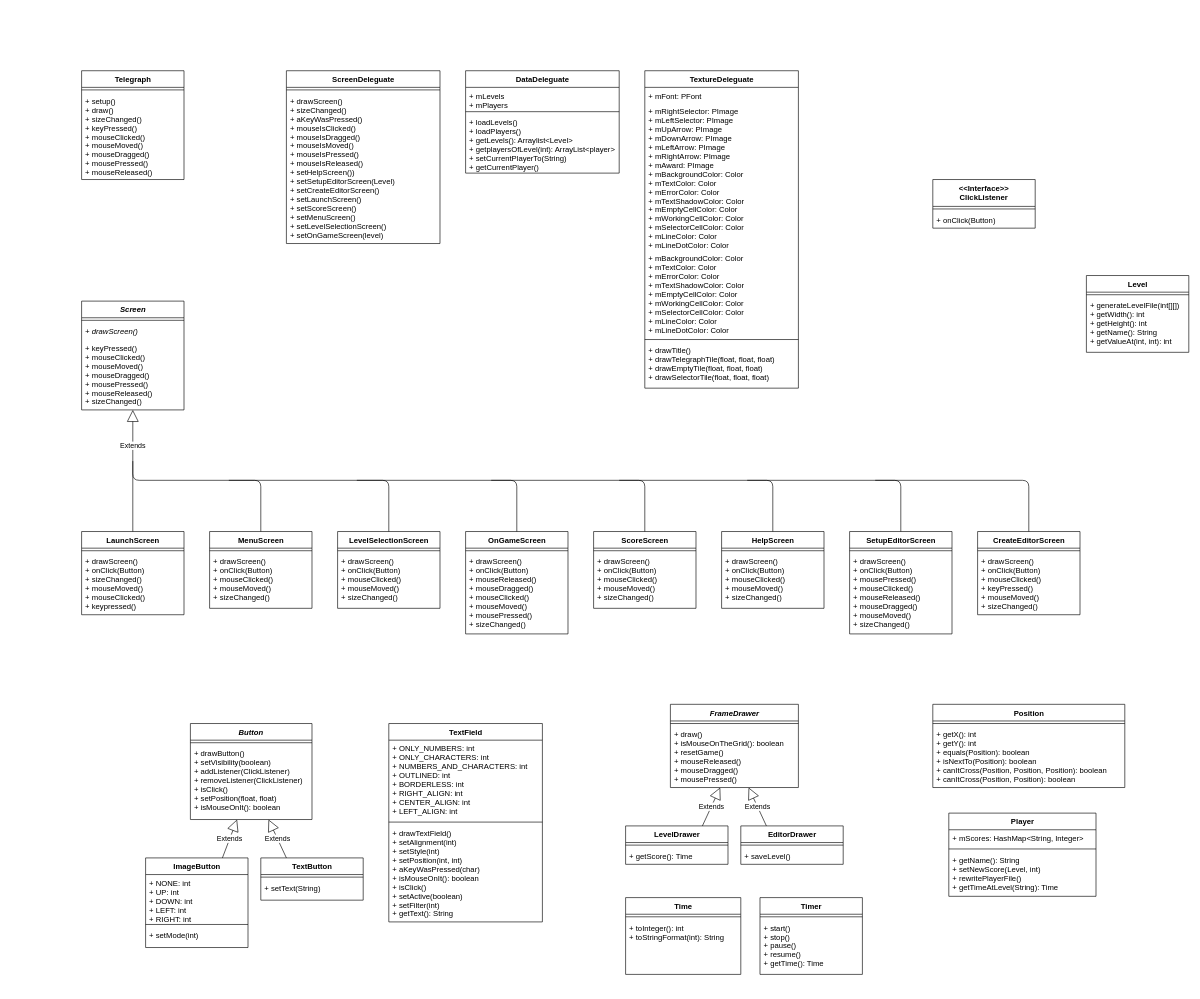
Above: TelegraphClassDiagram.drawio in pastekaztekastor/Telegraph (draw.io), before the change. Source tidied: cells renumbered, new cells numbered last; positions are measured from the earlier drawing's top-left corner, leaving out a move shared by most shapes. Both pictures are drawn from the tidied source at 64%, with x=0, y=0 at pixel (81, 70).
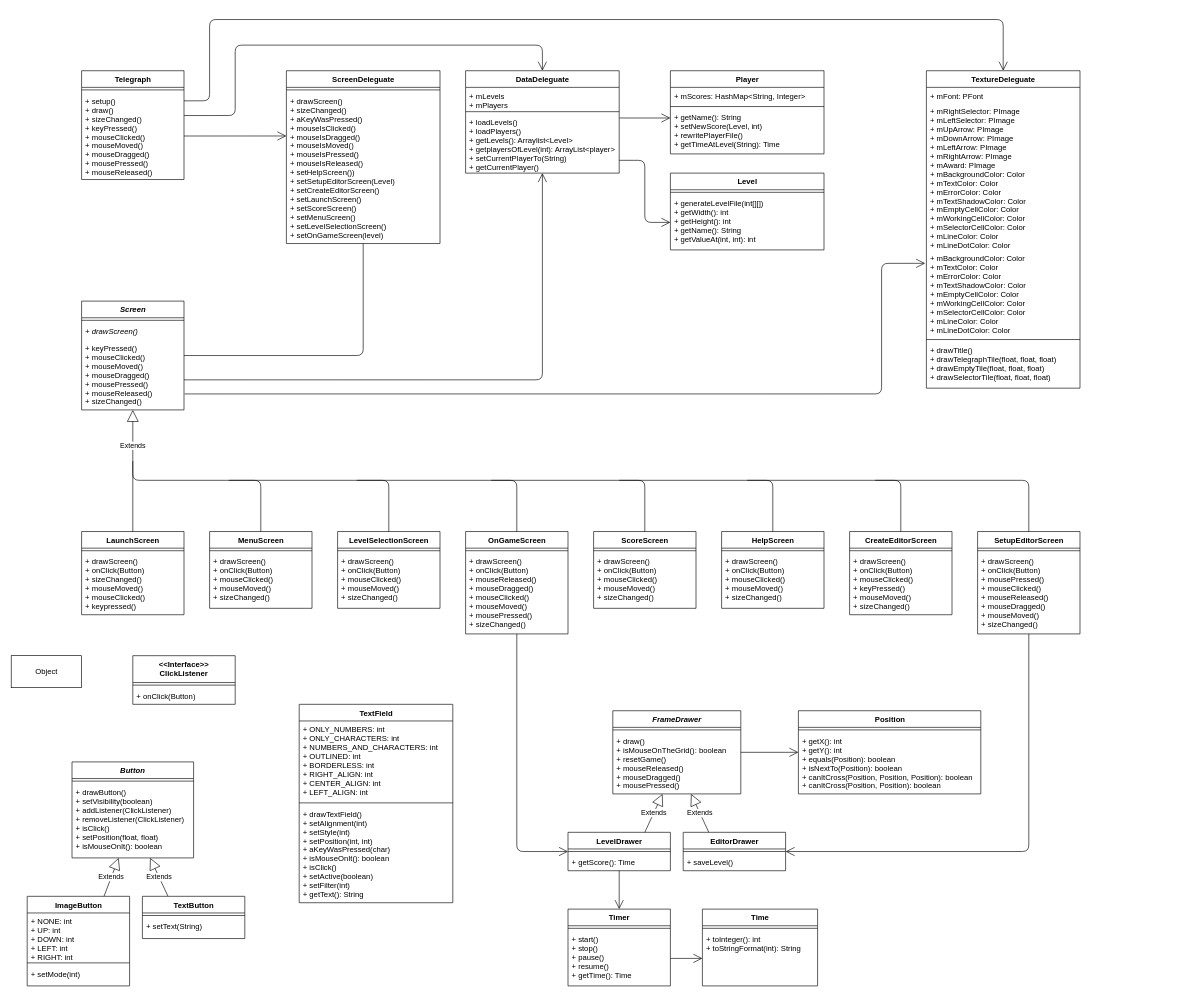
Above is the later version.

The change refers to these unchanged cells:
```xml
<mxCell id="8" value="DataDeleguate" style="swimlane;fontStyle=1;align=center;verticalAlign=top;horizontal=1;startSize=26;shadow=0;gradientColor=none;html=1;" parent="1" vertex="1">
  <mxGeometry x="600" width="240" height="160" as="geometry" />
</mxCell>
<mxCell id="11" value="+ loadLevels()&#10;+ loadPlayers()&#10;+ getLevels(): Arraylist&lt;Level&gt;&#10;+ getplayersOfLevel(int): ArrayList&lt;player&gt;&#10;+ setCurrentPlayerTo(String)&#10;+ getCurrentPlayer()&#10;" style="text;strokeColor=none;fillColor=none;align=left;verticalAlign=top;spacingLeft=4;spacingRight=4;overflow=hidden;points=[[0,0.5],[1,0.5]];portConstraint=eastwest;" parent="8" vertex="1">
  <mxGeometry y="68" width="240" height="92" as="geometry" />
</mxCell>
<mxCell id="27" value="OnGameScreen" style="swimlane;fontStyle=1;align=center;verticalAlign=top;horizontal=1;startSize=26;shadow=0;gradientColor=none;html=1;" parent="1" vertex="1">
  <mxGeometry x="600" y="720" width="160" height="160" as="geometry" />
</mxCell>
<mxCell id="40" value="&lt;i&gt;Screen&lt;/i&gt;" style="swimlane;fontStyle=1;align=center;verticalAlign=top;horizontal=1;startSize=26;shadow=0;gradientColor=none;html=1;" parent="1" vertex="1">
  <mxGeometry y="360" width="160" height="170" as="geometry" />
</mxCell>
<mxCell id="43" value="+ keyPressed()&#10;+ mouseClicked()&#10;+ mouseMoved()&#10;+ mouseDragged()&#10;+ mousePressed()&#10;+ mouseReleased()&#10;+ sizeChanged()" style="text;strokeColor=none;fillColor=none;align=left;verticalAlign=top;spacingLeft=4;spacingRight=4;overflow=hidden;points=[[0,0.5],[1,0.5]];portConstraint=eastwest;" parent="40" vertex="1">
  <mxGeometry y="60" width="160" height="110" as="geometry" />
</mxCell>
<mxCell id="44" value="ScreenDeleguate" style="swimlane;fontStyle=1;align=center;verticalAlign=top;horizontal=1;startSize=26;shadow=0;gradientColor=none;html=1;" parent="1" vertex="1">
  <mxGeometry x="320" width="240" height="270" as="geometry" />
</mxCell>
<mxCell id="46" value="+ drawScreen()&#10;+ sizeChanged()&#10;+ aKeyWasPressed()&#10;+ mouseIsClicked()&#10;+ mouseIsDragged()&#10;+ mouseIsMoved()&#10;+ mouseIsPressed()&#10;+ mouseIsReleased()&#10;+ setHelpScreen())&#10;+ setSetupEditorScreen(Level)&#10;+ setCreateEditorScreen()&#10;+ setLaunchScreen()&#10;+ setScoreScreen()&#10;+ setMenuScreen()&#10;+ setLevelSelectionScreen()&#10;+ setOnGameScreen(level)&#10;" style="text;strokeColor=none;fillColor=none;align=left;verticalAlign=top;spacingLeft=4;spacingRight=4;overflow=hidden;points=[[0,0.5],[1,0.5]];portConstraint=eastwest;" parent="44" vertex="1">
  <mxGeometry y="34" width="240" height="236" as="geometry" />
</mxCell>
<mxCell id="52" value="+ setup()&#10;+ draw()&#10;+ sizeChanged()&#10;+ keyPressed()&#10;+ mouseClicked()&#10;+ mouseMoved()&#10;+ mouseDragged()&#10;+ mousePressed()&#10;+ mouseReleased()" style="text;strokeColor=none;fillColor=none;align=left;verticalAlign=top;spacingLeft=4;spacingRight=4;overflow=hidden;points=[[0,0.5],[1,0.5]];portConstraint=eastwest;" parent="50" vertex="1">
  <mxGeometry y="34" width="160" height="136" as="geometry" />
</mxCell>
<mxCell id="60" value="+ mBackgroundColor: Color&#10;+ mTextColor: Color&#10;+ mErrorColor: Color&#10;+ mTextShadowColor: Color&#10;+ mEmptyCellColor: Color&#10;+ mWorkingCellColor: Color&#10;+ mSelectorCellColor: Color&#10;+ mLineColor: Color&#10;+ mLineDotColor: Color" style="text;strokeColor=none;fillColor=none;align=left;verticalAlign=top;spacingLeft=4;spacingRight=4;overflow=hidden;points=[[0,0.5],[1,0.5]];portConstraint=eastwest;" parent="57" vertex="1">
  <mxGeometry y="280" width="240" height="136" as="geometry" />
</mxCell>
<mxCell id="90" value="LevelDrawer" style="swimlane;fontStyle=1;align=center;verticalAlign=top;horizontal=1;startSize=26;shadow=0;gradientColor=none;html=1;" parent="89" vertex="1">
  <mxGeometry y="190" width="160" height="60" as="geometry" />
</mxCell>
<mxCell id="93" value="EditorDrawer" style="swimlane;fontStyle=1;align=center;verticalAlign=top;horizontal=1;startSize=26;shadow=0;gradientColor=none;html=1;" parent="89" vertex="1">
  <mxGeometry x="180" y="190" width="160" height="60" as="geometry" />
</mxCell>
<mxCell id="96" value="&lt;i&gt;FrameDrawer&lt;/i&gt;" style="swimlane;fontStyle=1;align=center;verticalAlign=top;horizontal=1;startSize=26;shadow=0;gradientColor=none;html=1;" parent="89" vertex="1">
  <mxGeometry x="70" width="200" height="130" as="geometry" />
</mxCell>
```

The edit, as a diff of the source:
```diff
@@
     <mxCell id="2" value="&lt;&lt;Interface&gt;&gt;&#10;ClickListener" style="swimlane;fontStyle=1;align=center;verticalAlign=top;horizontal=1;startSize=42;shadow=0;gradientColor=none;" parent="1" vertex="1">
-      <mxGeometry x="1330" y="170" width="160" height="76" as="geometry" />
+      <mxGeometry x="80" y="914" width="160" height="76" as="geometry" />
     </mxCell>
@@
     <mxCell id="5" value="CreateEditorScreen" style="swimlane;fontStyle=1;align=center;verticalAlign=top;horizontal=1;startSize=26;shadow=0;gradientColor=none;html=1;" parent="1" vertex="1">
-      <mxGeometry x="1400" y="720" width="160" height="130" as="geometry" />
+      <mxGeometry x="1200" y="720" width="160" height="130" as="geometry" />
     </mxCell>
@@
     <mxCell id="18" value="Level" style="swimlane;fontStyle=1;align=center;verticalAlign=top;horizontal=1;startSize=26;shadow=0;gradientColor=none;html=1;" parent="1" vertex="1">
-      <mxGeometry x="1570" y="320" width="160" height="120" as="geometry" />
+      <mxGeometry x="920" y="160" width="240" height="120" as="geometry" />
     </mxCell>
     <mxCell id="19" style="line;strokeWidth=1;fillColor=none;align=left;verticalAlign=middle;spacingTop=-1;spacingLeft=3;spacingRight=3;labelPosition=right;" parent="18" vertex="1">
-      <mxGeometry y="26" width="160" height="8" as="geometry" />
+      <mxGeometry y="26" width="240" height="8" as="geometry" />
     </mxCell>
     <mxCell id="20" value="+ generateLevelFile(int[][])&#10;+ getWidth(): int&#10;+ getHeight(): int&#10;+ getName(): String&#10;+ getValueAt(int, int): int&#10;" style="text;strokeColor=none;fillColor=none;align=left;verticalAlign=top;spacingLeft=4;spacingRight=4;overflow=hidden;points=[[0,0.5],[1,0.5]];portConstraint=eastwest;" parent="18" vertex="1">
-      <mxGeometry y="34" width="160" height="86" as="geometry" />
+      <mxGeometry y="34" width="240" height="86" as="geometry" />
     </mxCell>
@@
     <mxCell id="30" value="Player" style="swimlane;fontStyle=1;align=center;verticalAlign=top;horizontal=1;startSize=26;shadow=0;gradientColor=none;html=1;" parent="1" vertex="1">
-      <mxGeometry x="1355" y="1160" width="230" height="130" as="geometry" />
+      <mxGeometry x="920" width="240" height="130" as="geometry" />
     </mxCell>
     <mxCell id="31" value="+ mScores: HashMap&lt;String, Integer&gt;" style="text;strokeColor=none;fillColor=none;align=left;verticalAlign=top;spacingLeft=4;spacingRight=4;overflow=hidden;" parent="30" vertex="1">
-      <mxGeometry y="26" width="230" height="26" as="geometry" />
+      <mxGeometry y="26" width="240" height="26" as="geometry" />
     </mxCell>
     <mxCell id="32" style="line;strokeWidth=1;fillColor=none;align=left;verticalAlign=middle;spacingTop=-1;spacingLeft=3;spacingRight=3;labelPosition=right;" parent="30" vertex="1">
-      <mxGeometry y="52" width="230" height="8" as="geometry" />
+      <mxGeometry y="52" width="240" height="8" as="geometry" />
     </mxCell>
     <mxCell id="33" value="+ getName(): String&#10;+ setNewScore(Level, int)&#10;+ rewritePlayerFile()&#10;+ getTimeAtLevel(String): Time" style="text;strokeColor=none;fillColor=none;align=left;verticalAlign=top;spacingLeft=4;spacingRight=4;overflow=hidden;points=[[0,0.5],[1,0.5]];portConstraint=eastwest;" parent="30" vertex="1">
-      <mxGeometry y="60" width="230" height="70" as="geometry" />
+      <mxGeometry y="60" width="240" height="70" as="geometry" />
     </mxCell>
     <mxCell id="34" value="Position" style="swimlane;fontStyle=1;align=center;verticalAlign=top;horizontal=1;startSize=26;shadow=0;gradientColor=none;html=1;" parent="1" vertex="1">
-      <mxGeometry x="1330" y="990" width="300" height="130" as="geometry" />
+      <mxGeometry x="1120" y="1000" width="285" height="130" as="geometry" />
     </mxCell>
     <mxCell id="35" style="line;strokeWidth=1;fillColor=none;align=left;verticalAlign=middle;spacingTop=-1;spacingLeft=3;spacingRight=3;labelPosition=right;" parent="34" vertex="1">
-      <mxGeometry y="26" width="300" height="8" as="geometry" />
+      <mxGeometry y="26" width="285" height="8" as="geometry" />
     </mxCell>
     <mxCell id="36" value="+ getX(): int&#10;+ getY(): int&#10;+ equals(Position): boolean&#10;+ isNextTo(Position): boolean&#10;+ canItCross(Position, Position, Position): boolean&#10;+ canItCross(Position, Position): boolean&#10;" style="text;strokeColor=none;fillColor=none;align=left;verticalAlign=top;spacingLeft=4;spacingRight=4;overflow=hidden;" parent="34" vertex="1">
-      <mxGeometry y="34" width="300" height="96" as="geometry" />
+      <mxGeometry y="34" width="285" height="96" as="geometry" />
     </mxCell>
@@
     <mxCell id="47" value="SetupEditorScreen" style="swimlane;fontStyle=1;align=center;verticalAlign=top;horizontal=1;startSize=26;shadow=0;gradientColor=none;html=1;" parent="1" vertex="1">
-      <mxGeometry x="1200" y="720" width="160" height="160" as="geometry" />
+      <mxGeometry x="1400" y="720" width="160" height="160" as="geometry" />
     </mxCell>
@@
     <mxCell id="53" value="TextField" style="swimlane;fontStyle=1;align=center;verticalAlign=top;horizontal=1;startSize=26;shadow=0;gradientColor=none;html=1;" parent="1" vertex="1">
-      <mxGeometry x="480" y="1020" width="240" height="310" as="geometry" />
+      <mxGeometry x="340" y="990" width="240" height="310" as="geometry" />
     </mxCell>
@@
     <mxCell id="57" value="TextureDeleguate" style="swimlane;fontStyle=1;align=center;verticalAlign=top;horizontal=1;startSize=26;shadow=0;gradientColor=none;html=1;" parent="1" vertex="1">
-      <mxGeometry x="880" width="240" height="496" as="geometry" />
+      <mxGeometry x="1320" width="240" height="496" as="geometry" />
     </mxCell>
@@
-    <mxCell id="63" value="Timer" style="swimlane;fontStyle=1;align=center;verticalAlign=top;horizontal=1;startSize=26;shadow=0;gradientColor=none;html=1;" parent="1" vertex="1">
-      <mxGeometry x="1060" y="1292" width="160" height="120" as="geometry" />
-    </mxCell>
-    <mxCell id="64" style="line;strokeWidth=1;fillColor=none;align=left;verticalAlign=middle;spacingTop=-1;spacingLeft=3;spacingRight=3;labelPosition=right;" parent="63" vertex="1">
-      <mxGeometry y="26" width="160" height="8" as="geometry" />
-    </mxCell>
-    <mxCell id="65" value="+ start()&#10;+ stop()&#10;+ pause()&#10;+ resume()&#10;+ getTime(): Time&#10;" style="text;strokeColor=none;fillColor=none;align=left;verticalAlign=top;spacingLeft=4;spacingRight=4;overflow=hidden;points=[[0,0.5],[1,0.5]];portConstraint=eastwest;" parent="63" vertex="1">
-      <mxGeometry y="34" width="160" height="86" as="geometry" />
-    </mxCell>
-    <mxCell id="66" value="Time" style="swimlane;fontStyle=1;align=center;verticalAlign=top;horizontal=1;startSize=26;shadow=0;gradientColor=none;html=1;" parent="1" vertex="1">
-      <mxGeometry x="850" y="1292" width="180" height="120" as="geometry" />
-    </mxCell>
-    <mxCell id="67" style="line;strokeWidth=1;fillColor=none;align=left;verticalAlign=middle;spacingTop=-1;spacingLeft=3;spacingRight=3;labelPosition=right;" parent="66" vertex="1">
-      <mxGeometry y="26" width="180" height="8" as="geometry" />
-    </mxCell>
-    <mxCell id="68" value="+ toInteger(): int&#10;+ toStringFormat(int): String" style="text;strokeColor=none;fillColor=none;align=left;verticalAlign=top;spacingLeft=4;spacingRight=4;overflow=hidden;points=[[0,0.5],[1,0.5]];portConstraint=eastwest;" parent="66" vertex="1">
-      <mxGeometry y="34" width="180" height="86" as="geometry" />
-    </mxCell>
@@
     <mxCell id="77" value="Button" style="swimlane;fontStyle=3;align=center;verticalAlign=top;horizontal=1;startSize=26;" parent="1" vertex="1">
-      <mxGeometry x="170" y="1020" width="190" height="150" as="geometry" />
+      <mxGeometry x="-15" y="1080" width="190" height="150" as="geometry" />
     </mxCell>
@@
     <mxCell id="80" value="ImageButton" style="swimlane;fontStyle=1;align=center;verticalAlign=top;horizontal=1;startSize=26;shadow=0;gradientColor=none;html=1;" parent="1" vertex="1">
-      <mxGeometry x="100" y="1230" width="160" height="140" as="geometry" />
+      <mxGeometry x="-85" y="1290" width="160" height="140" as="geometry" />
     </mxCell>
@@
     <mxCell id="84" value="TextButton" style="swimlane;fontStyle=1;align=center;verticalAlign=top;horizontal=1;startSize=26;shadow=0;gradientColor=none;html=1;" parent="1" vertex="1">
-      <mxGeometry x="280" y="1230" width="160" height="66" as="geometry" />
+      <mxGeometry x="95" y="1290" width="160" height="66" as="geometry" />
     </mxCell>
@@
+    <mxCell id="101" style="endArrow=none;html=1;" parent="1" edge="1">
+      <mxGeometry relative="1" as="geometry">
+        <mxPoint x="80" y="720" as="sourcePoint" />
+        <mxPoint x="80" y="610" as="targetPoint" />
+      </mxGeometry>
+    </mxCell>
+    <mxCell id="102" style="endArrow=open;endFill=1;endSize=12;html=1;exitX=1;exitY=0.5;exitDx=0;exitDy=0;entryX=0;entryY=0.288;entryDx=0;entryDy=0;entryPerimeter=0;" parent="1" edge="1" source="52" target="46">
+      <mxGeometry relative="1" as="geometry" />
+    </mxCell>
+    <mxCell id="103" style="endArrow=none;html=1;exitX=1;exitY=0.5;exitDx=0;exitDy=0;entryX=0.5;entryY=1;entryDx=0;entryDy=0;" parent="1" edge="1" source="40" target="44">
+      <mxGeometry relative="1" as="geometry">
+        <Array as="points">
+          <mxPoint x="440" y="445" />
+        </Array>
+      </mxGeometry>
+    </mxCell>
+    <mxCell id="104" style="endArrow=open;endFill=1;endSize=12;html=1;exitX=1.001;exitY=0.265;exitDx=0;exitDy=0;exitPerimeter=0;entryX=0.5;entryY=0;entryDx=0;entryDy=0;" parent="1" edge="1" source="52" target="8">
+      <mxGeometry relative="1" as="geometry">
+        <Array as="points">
+          <mxPoint x="240" y="70" />
+          <mxPoint x="240" y="-40" />
+          <mxPoint x="720" y="-40" />
+        </Array>
+      </mxGeometry>
+    </mxCell>
+    <mxCell id="105" style="endArrow=open;endFill=1;endSize=12;html=1;exitX=1;exitY=0.096;exitDx=0;exitDy=0;exitPerimeter=0;entryX=0.5;entryY=0;entryDx=0;entryDy=0;" parent="1" edge="1" source="52" target="57">
+      <mxGeometry relative="1" as="geometry">
+        <Array as="points">
+          <mxPoint x="200" y="47" />
+          <mxPoint x="200" y="-80" />
+          <mxPoint x="1440" y="-80" />
+        </Array>
+      </mxGeometry>
+    </mxCell>
+    <mxCell id="106" style="endArrow=open;endFill=1;endSize=12;html=1;exitX=1;exitY=0.573;exitDx=0;exitDy=0;exitPerimeter=0;entryX=0.5;entryY=1;entryDx=0;entryDy=0;" parent="1" edge="1" source="43" target="8">
+      <mxGeometry relative="1" as="geometry">
+        <Array as="points">
+          <mxPoint x="720" y="483" />
+        </Array>
+      </mxGeometry>
+    </mxCell>
+    <mxCell id="107" style="endArrow=open;endFill=1;endSize=12;html=1;exitX=1.006;exitY=0.773;exitDx=0;exitDy=0;exitPerimeter=0;entryX=-0.008;entryY=0.154;entryDx=0;entryDy=0;entryPerimeter=0;" parent="1" edge="1" source="43" target="60">
+      <mxGeometry relative="1" as="geometry">
+        <Array as="points">
+          <mxPoint x="1250" y="505" />
+          <mxPoint x="1250" y="301" />
+        </Array>
+      </mxGeometry>
+    </mxCell>
+    <mxCell id="108" style="group;" parent="1" vertex="1">
+      <mxGeometry x="760" y="1000" width="360" height="430" as="geometry" />
+    </mxCell>
+    <mxCell id="63" value="Timer" style="swimlane;fontStyle=1;align=center;verticalAlign=top;horizontal=1;startSize=26;shadow=0;gradientColor=none;html=1;" parent="108" vertex="1">
+      <mxGeometry y="310" width="160" height="120" as="geometry" />
+    </mxCell>
+    <mxCell id="64" style="line;strokeWidth=1;fillColor=none;align=left;verticalAlign=middle;spacingTop=-1;spacingLeft=3;spacingRight=3;labelPosition=right;" parent="63" vertex="1">
+      <mxGeometry y="26" width="160" height="8" as="geometry" />
+    </mxCell>
+    <mxCell id="65" value="+ start()&#10;+ stop()&#10;+ pause()&#10;+ resume()&#10;+ getTime(): Time&#10;" style="text;strokeColor=none;fillColor=none;align=left;verticalAlign=top;spacingLeft=4;spacingRight=4;overflow=hidden;points=[[0,0.5],[1,0.5]];portConstraint=eastwest;" parent="63" vertex="1">
+      <mxGeometry y="34" width="160" height="86" as="geometry" />
+    </mxCell>
-    <mxCell id="89" style="group;" parent="1" vertex="1">
-      <mxGeometry x="850" y="990" width="340" height="250" as="geometry" />
+    <mxCell id="89" style="group;" parent="108" vertex="1">
+      <mxGeometry width="340" height="250" as="geometry" />
     </mxCell>
@@
-    <mxCell id="101" style="endArrow=none;html=1;" parent="1" edge="1">
-      <mxGeometry relative="1" as="geometry">
-        <mxPoint x="80" y="720" as="sourcePoint" />
-        <mxPoint x="80" y="610" as="targetPoint" />
-      </mxGeometry>
-    </mxCell>
+    <mxCell id="109" style="endArrow=open;endFill=1;endSize=12;html=1;entryX=0.5;entryY=0;entryDx=0;entryDy=0;exitX=0.5;exitY=1;exitDx=0;exitDy=0;" parent="108" edge="1" source="90" target="63">
+      <mxGeometry relative="1" as="geometry" />
+    </mxCell>
+    <mxCell id="66" value="Time" style="swimlane;fontStyle=1;align=center;verticalAlign=top;horizontal=1;startSize=26;shadow=0;gradientColor=none;html=1;" parent="108" vertex="1">
+      <mxGeometry x="210" y="310" width="180" height="120" as="geometry" />
+    </mxCell>
+    <mxCell id="67" style="line;strokeWidth=1;fillColor=none;align=left;verticalAlign=middle;spacingTop=-1;spacingLeft=3;spacingRight=3;labelPosition=right;" parent="66" vertex="1">
+      <mxGeometry y="26" width="180" height="8" as="geometry" />
+    </mxCell>
+    <mxCell id="68" value="+ toInteger(): int&#10;+ toStringFormat(int): String" style="text;strokeColor=none;fillColor=none;align=left;verticalAlign=top;spacingLeft=4;spacingRight=4;overflow=hidden;points=[[0,0.5],[1,0.5]];portConstraint=eastwest;" parent="66" vertex="1">
+      <mxGeometry y="34" width="180" height="86" as="geometry" />
+    </mxCell>
+    <mxCell id="110" style="endArrow=open;endFill=1;endSize=12;html=1;" parent="108" edge="1" source="65" target="68">
+      <mxGeometry relative="1" as="geometry" />
+    </mxCell>
+    <mxCell id="111" style="endArrow=open;endFill=1;endSize=12;html=1;exitX=0.5;exitY=1;exitDx=0;exitDy=0;entryX=0;entryY=0.5;entryDx=0;entryDy=0;" parent="1" edge="1" source="27" target="90">
+      <mxGeometry relative="1" as="geometry">
+        <Array as="points">
+          <mxPoint x="680" y="1220" />
+        </Array>
+      </mxGeometry>
+    </mxCell>
+    <mxCell id="112" style="endArrow=open;endFill=1;endSize=12;html=1;exitX=0.5;exitY=1;exitDx=0;exitDy=0;entryX=1;entryY=0.5;entryDx=0;entryDy=0;" parent="1" edge="1" source="47" target="93">
+      <mxGeometry relative="1" as="geometry">
+        <Array as="points">
+          <mxPoint x="1480" y="1220" />
+        </Array>
+      </mxGeometry>
+    </mxCell>
+    <mxCell id="113" style="endArrow=open;endFill=1;endSize=12;html=1;exitX=1;exitY=0.5;exitDx=0;exitDy=0;entryX=0;entryY=0.5;entryDx=0;entryDy=0;" parent="1" edge="1" source="96" target="34">
+      <mxGeometry relative="1" as="geometry" />
+    </mxCell>
+    <mxCell id="114" style="endArrow=open;endFill=1;endSize=12;html=1;exitX=1.002;exitY=0.064;exitDx=0;exitDy=0;exitPerimeter=0;entryX=0;entryY=0.198;entryDx=0;entryDy=0;entryPerimeter=0;" parent="1" edge="1" source="11" target="33">
+      <mxGeometry relative="1" as="geometry" />
+    </mxCell>
+    <mxCell id="115" style="endArrow=open;endFill=1;endSize=12;html=1;entryX=0;entryY=0.5;entryDx=0;entryDy=0;" parent="1" edge="1" target="20">
+      <mxGeometry relative="1" as="geometry">
+        <mxPoint x="840" y="140" as="sourcePoint" />
+        <Array as="points">
+          <mxPoint x="880" y="140" />
+          <mxPoint x="880" y="237" />
+        </Array>
+      </mxGeometry>
+    </mxCell>
+    <mxCell id="116" value="Object" style="html=1;" parent="1" vertex="1">
+      <mxGeometry x="-110" y="914" width="110" height="50" as="geometry" />
+    </mxCell>
```
